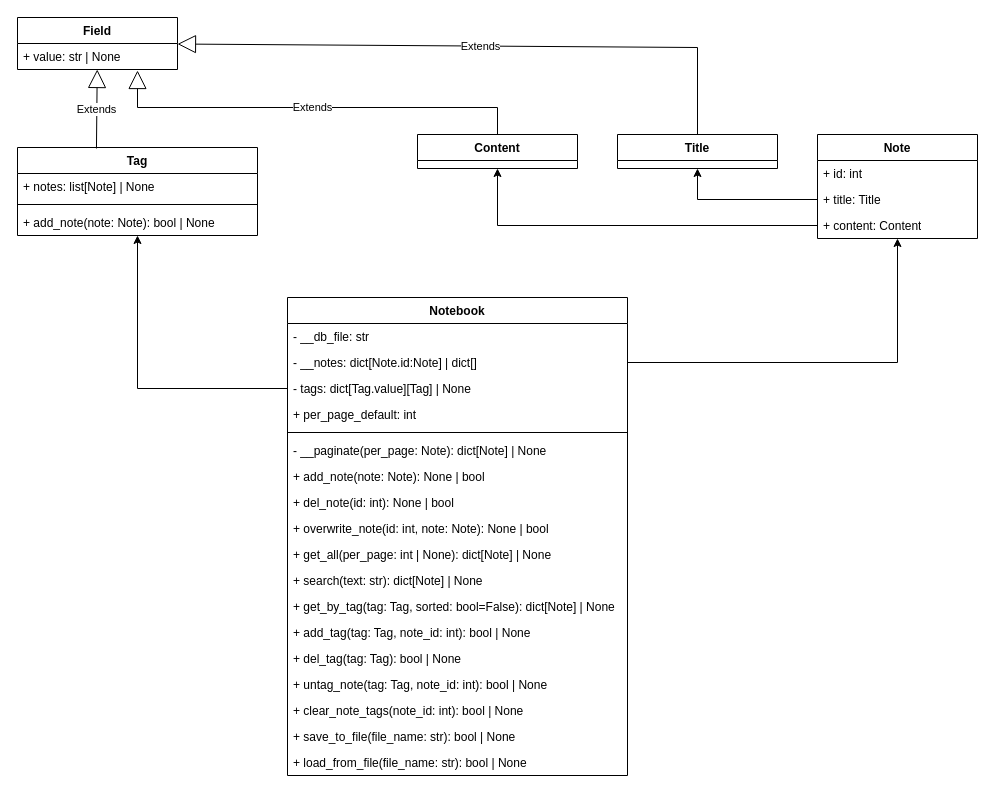
Earlier version of the draw.io diagram The S.O.F.T.drawio (oleverse/uml). Source tidied: cells renumbered, new cells numbered last; positions are measured from the earlier drawing's top-left corner, leaving out a move shared by most shapes. Both pictures are drawn from the tidied source at 100%, with x=0, y=0 at pixel (17, 17).
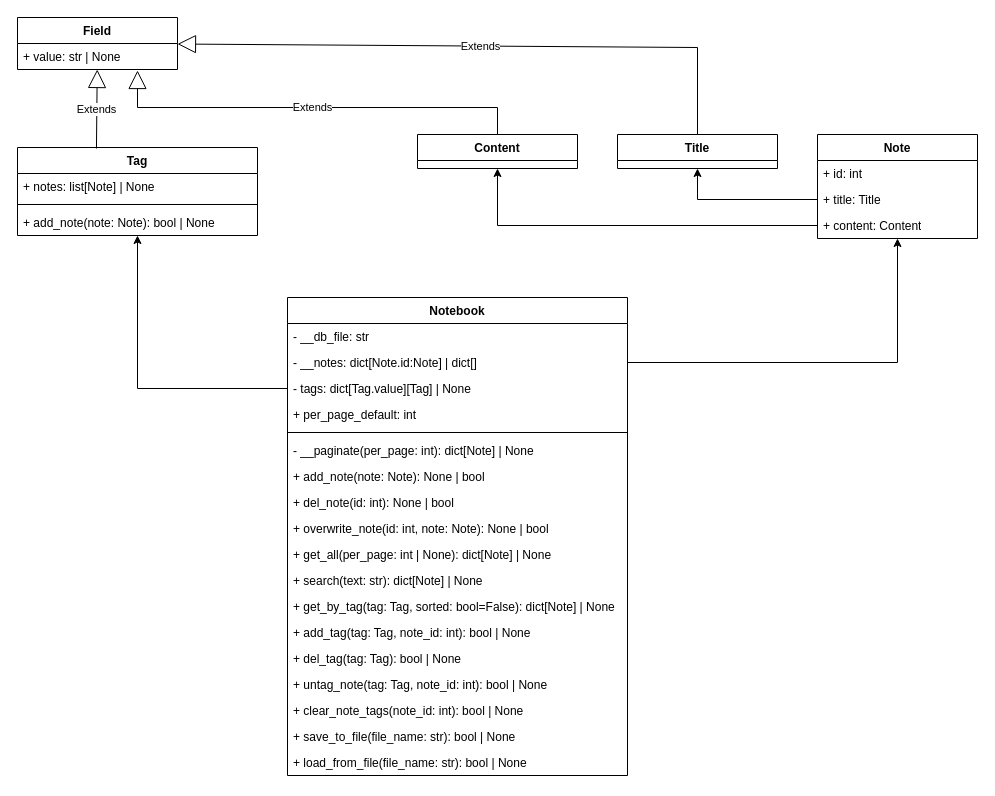
After the change.

The change refers to these unchanged cells:
```xml
<mxCell id="6" value="&lt;div&gt;Notebook&lt;/div&gt;" style="swimlane;fontStyle=1;align=center;verticalAlign=top;horizontal=1;startSize=26;whiteSpace=wrap;html=1;" parent="1" vertex="1">
  <mxGeometry x="270" y="280" width="340" height="478" as="geometry" />
</mxCell>
```

Change to the diagram source:
```diff
@@
-    <mxCell id="12" value="- __paginate(per_page: Note): dict[Note] | None" style="text;strokeColor=none;fillColor=none;align=left;verticalAlign=top;spacingLeft=4;spacingRight=4;overflow=hidden;whiteSpace=wrap;html=1;" parent="6" vertex="1">
+    <mxCell id="12" value="- __paginate(per_page: int): dict[Note] | None" style="text;strokeColor=none;fillColor=none;align=left;verticalAlign=top;spacingLeft=4;spacingRight=4;overflow=hidden;whiteSpace=wrap;html=1;" parent="6" vertex="1">
       <mxGeometry y="140" width="340" height="26" as="geometry" />
     </mxCell>
```
